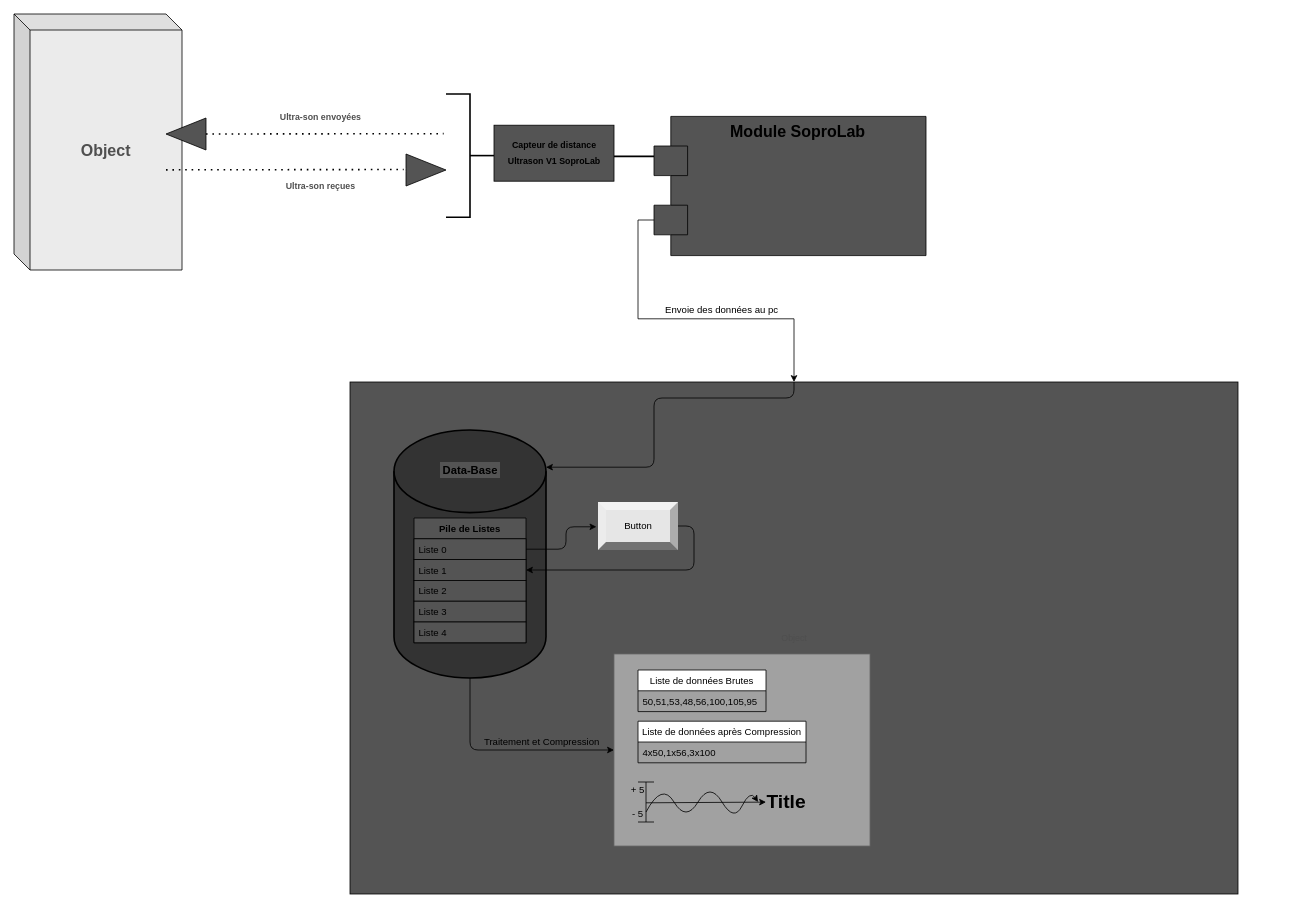
Above: Untitled Diagram.drawio in MasterLaplace/Projet_NSI-SON (draw.io), before the change. Source tidied: cells renumbered, new cells numbered last; positions are measured from the earlier drawing's top-left corner, leaving out a move shared by most shapes. Both pictures are drawn from the tidied source at 80%, with x=0, y=0 at pixel (14, 14).
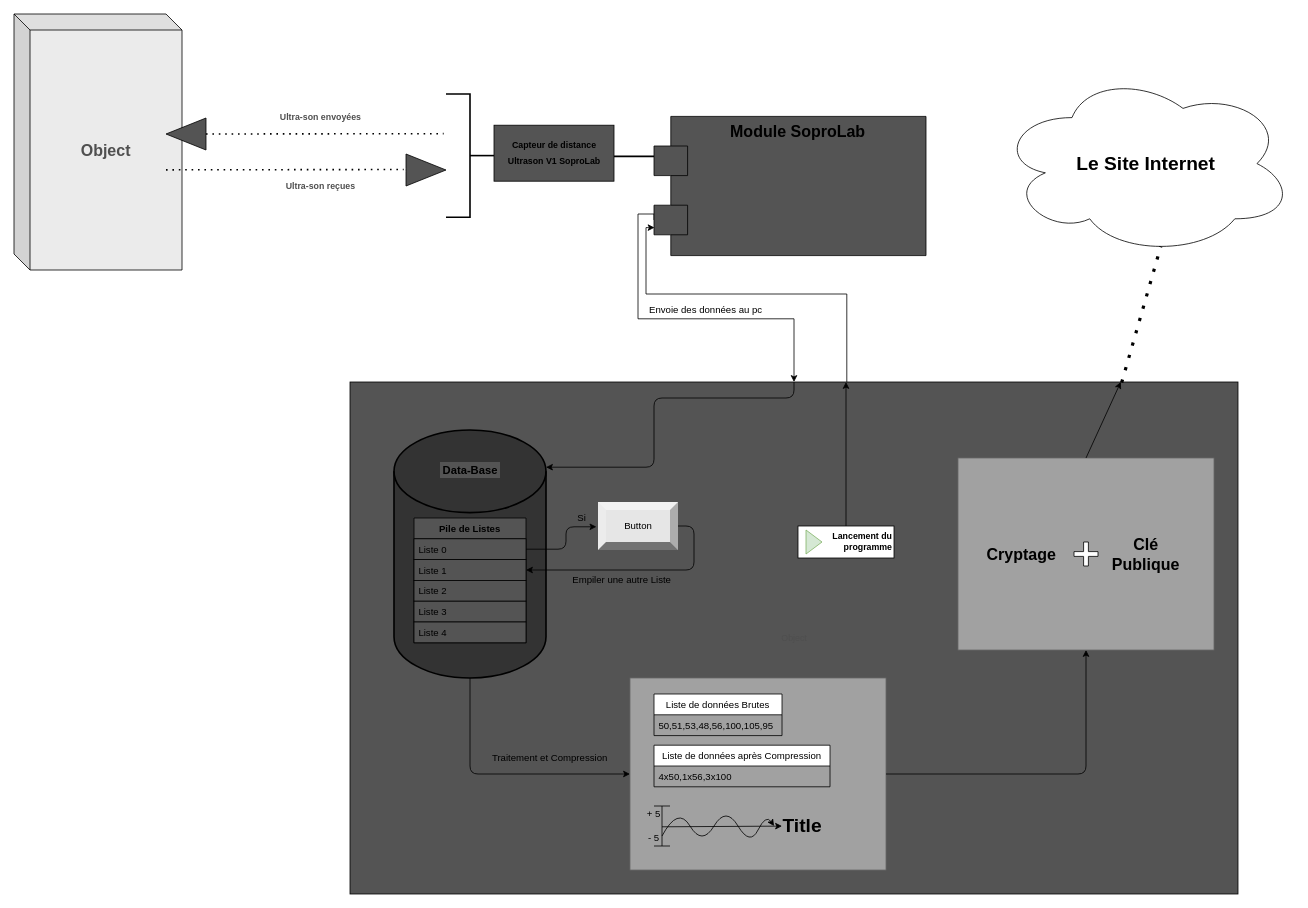
After the change.

Unchanged cells that the change refers to:
```xml
<mxCell id="2" value="Object" style="html=1;labelBackgroundColor=none;fontSize=11;fontColor=#4F4F4F;strokeColor=#000000;verticalAlign=middle;fillColor=#545454;" parent="1" vertex="1">
  <mxGeometry x="420" y="460" width="1110" height="640" as="geometry" />
</mxCell>
<mxCell id="3" style="strokeWidth=2;html=1;shape=mxgraph.flowchart.database;whiteSpace=wrap;fillColor=#333333;" parent="1" vertex="1">
  <mxGeometry x="475" y="520" width="190" height="310" as="geometry" />
</mxCell>
<mxCell id="12" value="Module SoproLab" style="shape=module;align=left;spacingLeft=20;align=center;verticalAlign=top;labelBackgroundColor=none;fontColor=#000000;strokeColor=#000000;fillColor=#545454;jettyWidth=42;jettyHeight=37;fontStyle=1;fontSize=20;" parent="1" vertex="1">
  <mxGeometry x="800" y="128" width="340" height="174" as="geometry" />
</mxCell>
```

The edit, as a diff of the source:
```diff
@@
     <mxCell id="11" style="edgeStyle=orthogonalEdgeStyle;rounded=0;jettySize=auto;html=1;exitX=0;exitY=0;exitDx=0;exitDy=129.5;exitPerimeter=0;entryX=0.5;entryY=0;entryDx=0;entryDy=0;fontSize=11;fontColor=#4F4F4F;" parent="1" edge="1" source="12" target="2">
-      <mxGeometry relative="1" as="geometry" />
+      <mxGeometry relative="1" as="geometry">
+        <Array as="points">
+          <mxPoint x="800" y="250" />
+          <mxPoint x="780" y="250" />
+          <mxPoint x="780" y="381" />
+          <mxPoint x="975" y="381" />
+        </Array>
+      </mxGeometry>
     </mxCell>
@@
     <mxCell id="23" value="Envoie des données au pc" style="text;html=1;strokeColor=none;fillColor=none;align=center;verticalAlign=middle;whiteSpace=wrap;rounded=0;" parent="1" vertex="1">
-      <mxGeometry x="810" y="360" width="150" height="20" as="geometry" />
+      <mxGeometry x="790" y="360" width="150" height="20" as="geometry" />
     </mxCell>
@@
     <mxCell id="28" style="edgeStyle=segmentEdgeStyle;endArrow=classic;html=1;exitX=0.5;exitY=1;exitDx=0;exitDy=0;exitPerimeter=0;" parent="1" edge="1" source="3" target="29">
       <mxGeometry relative="1" as="geometry">
         <Array as="points">
-          <mxPoint x="570" y="920" />
+          <mxPoint x="570" y="950" />
         </Array>
       </mxGeometry>
     </mxCell>
     <mxCell id="29" style="html=1;labelBackgroundColor=none;fontSize=11;fontColor=#333333;strokeColor=#666666;verticalAlign=middle;fillColor=#A1A1A1;" parent="1" vertex="1">
-      <mxGeometry x="750" y="800" width="320" height="240" as="geometry" />
+      <mxGeometry x="770" y="830" width="320" height="240" as="geometry" />
     </mxCell>
     <mxCell id="30" value="Traitement et Compression" style="text;html=1;strokeColor=none;fillColor=none;align=center;verticalAlign=middle;whiteSpace=wrap;rounded=0;shadow=1;sketch=1;" parent="1" vertex="1">
-      <mxGeometry x="570" y="900" width="180" height="20" as="geometry" />
+      <mxGeometry x="580" y="920" width="180" height="20" as="geometry" />
     </mxCell>
     <mxCell id="31" value="Liste de données Brutes" style="swimlane;fontStyle=0;horizontal=1;startSize=26;" parent="1" vertex="1">
-      <mxGeometry x="780" y="820" width="160" height="52" as="geometry" />
+      <mxGeometry x="800" y="850" width="160" height="52" as="geometry" />
     </mxCell>
@@
     <mxCell id="33" value="Liste de données après Compression" style="swimlane;fontStyle=0;horizontal=1;startSize=26;" parent="1" vertex="1">
-      <mxGeometry x="780" y="884" width="210" height="52" as="geometry" />
+      <mxGeometry x="800" y="914" width="220" height="52" as="geometry" />
     </mxCell>
     <mxCell id="34" value="4x50,1x56,3x100" style="text;strokeColor=none;fillColor=none;align=left;verticalAlign=top;spacingLeft=4;spacingRight=4;overflow=hidden;" parent="33" vertex="1">
-      <mxGeometry y="26" width="210" height="26" as="geometry" />
+      <mxGeometry y="26" width="220" height="26" as="geometry" />
     </mxCell>
     <mxCell id="35" style="shape=crossbar;whiteSpace=wrap;html=1;rounded=1;direction=south;" parent="1" vertex="1">
-      <mxGeometry x="780" y="960" width="20" height="50" as="geometry" />
+      <mxGeometry x="800" y="990" width="20" height="50" as="geometry" />
     </mxCell>
     <mxCell id="36" style="endArrow=classic;html=1;startArrow=none;" parent="1" edge="1" target="37">
       <mxGeometry relative="1" as="geometry">
-        <mxPoint x="790" y="986" as="sourcePoint" />
+        <mxPoint x="810" y="1016" as="sourcePoint" />
       </mxGeometry>
     </mxCell>
     <mxCell id="37" value="Title" style="text;strokeColor=none;fillColor=none;html=1;fontSize=24;fontStyle=1;verticalAlign=middle;align=center;" parent="1" vertex="1">
-      <mxGeometry x="940" y="965" width="50" height="40" as="geometry" />
+      <mxGeometry x="960" y="995" width="50" height="40" as="geometry" />
     </mxCell>
     <mxCell id="38" value="+ 5" style="text;html=1;strokeColor=none;fillColor=none;align=center;verticalAlign=middle;whiteSpace=wrap;rounded=0;" parent="1" vertex="1">
-      <mxGeometry x="760" y="960" width="40" height="20" as="geometry" />
+      <mxGeometry x="780" y="990" width="40" height="20" as="geometry" />
     </mxCell>
     <mxCell id="39" value="- 5" style="text;html=1;strokeColor=none;fillColor=none;align=center;verticalAlign=middle;whiteSpace=wrap;rounded=0;" parent="1" vertex="1">
-      <mxGeometry x="770" y="990" width="20" height="20" as="geometry" />
+      <mxGeometry x="790" y="1020" width="20" height="20" as="geometry" />
     </mxCell>
     <mxCell id="40" style="curved=1;endArrow=classic;html=1;exitX=0.75;exitY=0.5;exitDx=0;exitDy=0;exitPerimeter=0;" parent="1" edge="1" source="35">
       <mxGeometry relative="1" as="geometry">
-        <mxPoint x="930" y="985" as="targetPoint" />
+        <mxPoint x="950" y="1015" as="targetPoint" />
         <Array as="points">
-          <mxPoint x="810" y="960" />
-          <mxPoint x="840" y="1010" />
-          <mxPoint x="870" y="960" />
-          <mxPoint x="900" y="1010" />
-          <mxPoint x="920" y="970" />
+          <mxPoint x="830" y="990" />
+          <mxPoint x="860" y="1040" />
+          <mxPoint x="890" y="990" />
+          <mxPoint x="920" y="1040" />
+          <mxPoint x="940" y="1000" />
         </Array>
       </mxGeometry>
     </mxCell>
+    <mxCell id="41" value="Si" style="text;html=1;strokeColor=none;fillColor=none;align=center;verticalAlign=middle;whiteSpace=wrap;rounded=0;" parent="1" vertex="1">
+      <mxGeometry x="690" y="620" width="40" height="20" as="geometry" />
+    </mxCell>
+    <mxCell id="42" value="Empiler une autre Liste" style="text;html=1;strokeColor=none;fillColor=none;align=center;verticalAlign=middle;whiteSpace=wrap;rounded=0;" parent="1" vertex="1">
+      <mxGeometry x="680" y="698" width="160" height="20" as="geometry" />
+    </mxCell>
+    <mxCell id="43" style="edgeStyle=segmentEdgeStyle;endArrow=classic;html=1;entryX=0.5;entryY=1;entryDx=0;entryDy=0;" parent="1" edge="1" source="29" target="44">
+      <mxGeometry relative="1" as="geometry">
+        <Array as="points">
+          <mxPoint x="1340" y="950" />
+        </Array>
+      </mxGeometry>
+    </mxCell>
+    <mxCell id="44" style="html=1;labelBackgroundColor=none;fontSize=11;fontColor=#333333;strokeColor=#666666;verticalAlign=middle;fillColor=#A1A1A1;" parent="1" vertex="1">
+      <mxGeometry x="1180" y="555" width="320" height="240" as="geometry" />
+    </mxCell>
+    <mxCell id="45" style="shape=cross;whiteSpace=wrap;html=1;" parent="1" vertex="1">
+      <mxGeometry x="1325" y="660" width="30" height="30" as="geometry" />
+    </mxCell>
+    <mxCell id="46" value="&lt;font style=&quot;font-size: 24px&quot;&gt;&lt;b&gt;Le Site Internet&lt;br&gt;&lt;/b&gt;&lt;/font&gt;" style="ellipse;shape=cloud;whiteSpace=wrap;html=1;" parent="1" vertex="1">
+      <mxGeometry x="1230" y="72" width="370" height="230" as="geometry" />
+    </mxCell>
+    <mxCell id="47" style="endArrow=none;dashed=1;html=1;dashPattern=1 3;strokeWidth=4;exitX=0.869;exitY=0.001;exitDx=0;exitDy=0;entryX=0.55;entryY=0.95;entryDx=0;entryDy=0;entryPerimeter=0;exitPerimeter=0;" parent="1" edge="1" source="2" target="46">
+      <mxGeometry relative="1" as="geometry" />
+    </mxCell>
+    <mxCell id="48" value="&lt;font style=&quot;font-size: 20px&quot;&gt;&lt;b&gt;Cryptage&lt;/b&gt;&lt;/font&gt;" style="text;html=1;strokeColor=none;fillColor=none;align=center;verticalAlign=middle;whiteSpace=wrap;rounded=0;" parent="1" vertex="1">
+      <mxGeometry x="1200" y="655.5" width="119" height="39" as="geometry" />
+    </mxCell>
+    <mxCell id="49" value="&lt;font style=&quot;font-size: 20px&quot;&gt;&lt;b&gt;Clé Publique&lt;/b&gt;&lt;/font&gt;" style="text;html=1;strokeColor=none;fillColor=none;align=center;verticalAlign=middle;whiteSpace=wrap;rounded=0;" parent="1" vertex="1">
+      <mxGeometry x="1360" y="665" width="110" height="20" as="geometry" />
+    </mxCell>
+    <mxCell id="50" style="endArrow=classic;html=1;exitX=0.5;exitY=0;exitDx=0;exitDy=0;entryX=0.868;entryY=0;entryDx=0;entryDy=0;entryPerimeter=0;" parent="1" edge="1" source="44" target="2">
+      <mxGeometry relative="1" as="geometry" />
+    </mxCell>
+    <mxCell id="51" style="edgeStyle=orthogonalEdgeStyle;rounded=0;jettySize=auto;html=1;fontSize=11;fontColor=#4F4F4F;entryX=0.002;entryY=0.799;entryDx=0;entryDy=0;entryPerimeter=0;" parent="1" edge="1" target="12">
+      <mxGeometry relative="1" as="geometry">
+        <mxPoint x="1041" y="460" as="sourcePoint" />
+        <Array as="points">
+          <mxPoint x="1041" y="350" />
+          <mxPoint x="790" y="350" />
+          <mxPoint x="790" y="267" />
+        </Array>
+      </mxGeometry>
+    </mxCell>
+    <mxCell id="52" value="&lt;div style=&quot;font-size: 11px&quot; align=&quot;right&quot;&gt;&lt;b&gt;&lt;font style=&quot;font-size: 11px&quot;&gt;Lancement du programme&lt;/font&gt;&lt;/b&gt;&lt;/div&gt;" style="html=1;whiteSpace=wrap;align=right;" parent="1" vertex="1">
+      <mxGeometry x="980" y="640" width="120" height="40" as="geometry" />
+    </mxCell>
+    <mxCell id="53" style="triangle;html=1;whiteSpace=wrap;fillColor=#d5e8d4;strokeColor=#82b366;gradientDirection=south;" parent="52" vertex="1">
+      <mxGeometry x="10" y="5" width="20" height="30" as="geometry" />
+    </mxCell>
+    <mxCell id="54" style="endArrow=classic;html=1;strokeWidth=1;exitX=0.5;exitY=0;exitDx=0;exitDy=0;" parent="1" edge="1" source="52">
+      <mxGeometry relative="1" as="geometry">
+        <mxPoint x="1040" y="460" as="targetPoint" />
+      </mxGeometry>
+    </mxCell>
```
